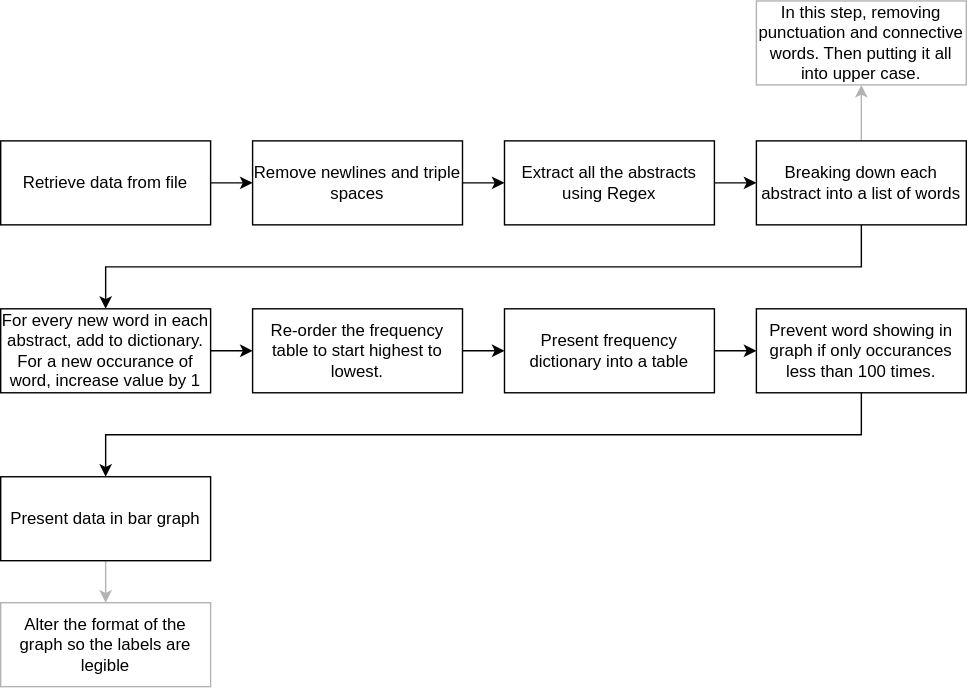
Above: Flow-chart.svg in Vezsp/Dissertation_code (draw.io), before the change. Source tidied: cells renumbered, new cells last; positions are measured from the earlier drawing's top-left corner, leaving out a move shared by most shapes. Its diagram source:
```xml
<mxGraphModel>
  <root>
    <mxCell id="0" />
    <mxCell id="1" parent="0" />
    <mxCell id="2" style="edgeStyle=orthogonalEdgeStyle;rounded=0;jettySize=auto;html=1;exitX=1;exitY=0.5;exitDx=0;exitDy=0;" parent="1" edge="1" source="3" target="5">
      <mxGeometry relative="1" as="geometry" />
    </mxCell>
    <mxCell id="3" value="Retrieve data from file" style="rounded=0;whiteSpace=wrap;html=1;" parent="1" vertex="1">
      <mxGeometry y="100" width="150" height="60" as="geometry" />
    </mxCell>
    <mxCell id="4" style="edgeStyle=orthogonalEdgeStyle;rounded=0;jettySize=auto;html=1;" parent="1" edge="1" source="5" target="7">
      <mxGeometry relative="1" as="geometry" />
    </mxCell>
    <mxCell id="5" value="Remove newlines and triple spaces" style="rounded=0;whiteSpace=wrap;html=1;" parent="1" vertex="1">
      <mxGeometry x="180" y="100" width="150" height="60" as="geometry" />
    </mxCell>
    <mxCell id="6" style="edgeStyle=orthogonalEdgeStyle;rounded=0;jettySize=auto;html=1;" parent="1" edge="1" source="7" target="10">
      <mxGeometry relative="1" as="geometry" />
    </mxCell>
    <mxCell id="7" value="Extract all the abstracts using Regex" style="rounded=0;whiteSpace=wrap;html=1;" parent="1" vertex="1">
      <mxGeometry x="360" y="100" width="150" height="60" as="geometry" />
    </mxCell>
    <mxCell id="8" style="edgeStyle=orthogonalEdgeStyle;rounded=0;jettySize=auto;html=1;strokeColor=#B3B3B3;" parent="1" edge="1" source="10" target="19">
      <mxGeometry relative="1" as="geometry" />
    </mxCell>
    <mxCell id="9" style="edgeStyle=orthogonalEdgeStyle;rounded=0;jettySize=auto;html=1;" parent="1" edge="1" source="10" target="12">
      <mxGeometry relative="1" as="geometry">
        <Array as="points">
          <mxPoint x="615" y="190" />
          <mxPoint x="75" y="190" />
        </Array>
      </mxGeometry>
    </mxCell>
    <mxCell id="10" value="Breaking down each abstract into a list of words" style="rounded=0;whiteSpace=wrap;html=1;" parent="1" vertex="1">
      <mxGeometry x="540" y="100" width="150" height="60" as="geometry" />
    </mxCell>
    <mxCell id="11" style="edgeStyle=orthogonalEdgeStyle;rounded=0;jettySize=auto;html=1;" parent="1" edge="1" source="12" target="14">
      <mxGeometry relative="1" as="geometry" />
    </mxCell>
    <mxCell id="12" value="For every new word in each abstract, add to dictionary. For a new occurance of word, increase value by 1" style="rounded=0;whiteSpace=wrap;html=1;" parent="1" vertex="1">
      <mxGeometry y="220" width="150" height="60" as="geometry" />
    </mxCell>
    <mxCell id="13" style="edgeStyle=orthogonalEdgeStyle;rounded=0;jettySize=auto;html=1;" parent="1" edge="1" source="14" target="16">
      <mxGeometry relative="1" as="geometry" />
    </mxCell>
    <mxCell id="14" value="Re-order the frequency table to start highest to lowest." style="rounded=0;whiteSpace=wrap;html=1;" parent="1" vertex="1">
      <mxGeometry x="180" y="220" width="150" height="60" as="geometry" />
    </mxCell>
    <mxCell id="15" style="edgeStyle=orthogonalEdgeStyle;rounded=0;jettySize=auto;html=1;" parent="1" edge="1" source="16" target="18">
      <mxGeometry relative="1" as="geometry" />
    </mxCell>
    <mxCell id="16" value="Present frequency dictionary into a table" style="rounded=0;whiteSpace=wrap;html=1;" parent="1" vertex="1">
      <mxGeometry x="360" y="220" width="150" height="60" as="geometry" />
    </mxCell>
    <mxCell id="17" style="edgeStyle=orthogonalEdgeStyle;rounded=0;jettySize=auto;html=1;exitX=0.5;exitY=1;exitDx=0;exitDy=0;entryX=0.5;entryY=0;entryDx=0;entryDy=0;" parent="1" edge="1" source="18" target="21">
      <mxGeometry relative="1" as="geometry" />
    </mxCell>
    <mxCell id="18" value="Prevent word showing in graph if only occurances less than 100 times." style="rounded=0;whiteSpace=wrap;html=1;" parent="1" vertex="1">
      <mxGeometry x="540" y="220" width="150" height="60" as="geometry" />
    </mxCell>
    <mxCell id="19" value="In this step, removing punctuation and connective words. Then putting it all into upper case." style="rounded=0;whiteSpace=wrap;html=1;strokeColor=#B3B3B3;" parent="1" vertex="1">
      <mxGeometry x="540" width="150" height="60" as="geometry" />
    </mxCell>
    <mxCell id="20" style="edgeStyle=orthogonalEdgeStyle;rounded=0;jettySize=auto;html=1;strokeColor=#B3B3B3;" parent="1" edge="1" source="21" target="22">
      <mxGeometry relative="1" as="geometry" />
    </mxCell>
    <mxCell id="21" value="Present data in bar graph" style="rounded=0;whiteSpace=wrap;html=1;" parent="1" vertex="1">
      <mxGeometry y="340" width="150" height="60" as="geometry" />
    </mxCell>
    <mxCell id="22" value="Alter the format of the graph so the labels are legible" style="whiteSpace=wrap;html=1;rounded=0;strokeColor=#B3B3B3;" parent="1" vertex="1">
      <mxGeometry y="430" width="150" height="60" as="geometry" />
    </mxCell>
  </root>
</mxGraphModel>
```
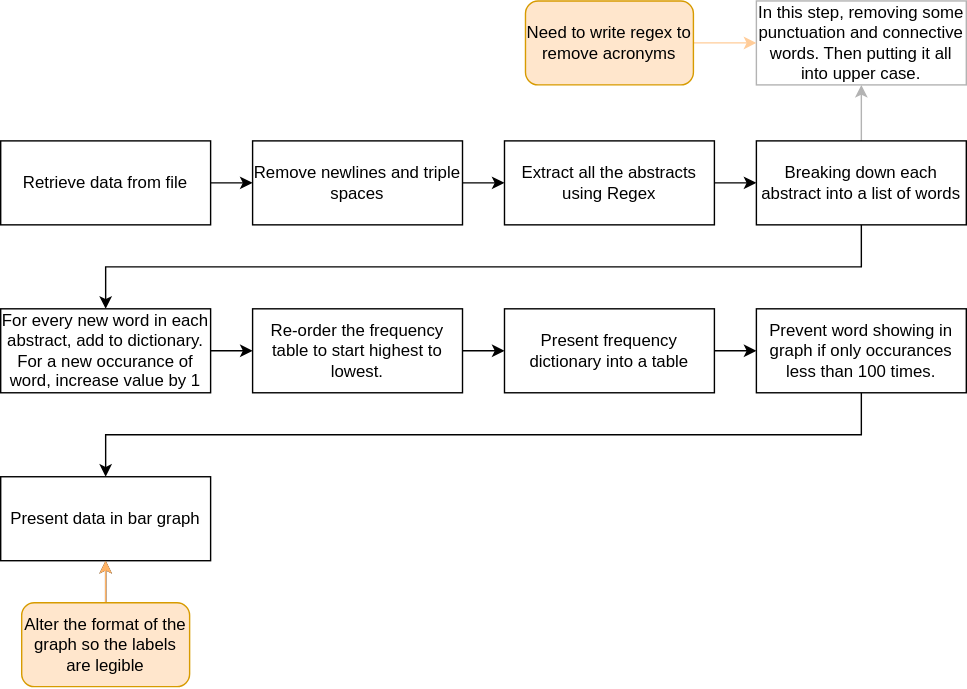
The same diagram one commit later.

The edit, as a diff of the source:
```diff
@@ -58,17 +58,26 @@
     <mxCell id="18" value="Prevent word showing in graph if only occurances less than 100 times." style="rounded=0;whiteSpace=wrap;html=1;" parent="1" vertex="1">
       <mxGeometry x="540" y="220" width="150" height="60" as="geometry" />
     </mxCell>
-    <mxCell id="19" value="In this step, removing punctuation and connective words. Then putting it all into upper case." style="rounded=0;whiteSpace=wrap;html=1;strokeColor=#B3B3B3;" parent="1" vertex="1">
+    <mxCell id="19" value="In this step, removing some punctuation and connective words. Then putting it all into upper case." style="rounded=0;whiteSpace=wrap;html=1;strokeColor=#B3B3B3;" parent="1" vertex="1">
       <mxGeometry x="540" width="150" height="60" as="geometry" />
     </mxCell>
-    <mxCell id="20" style="edgeStyle=orthogonalEdgeStyle;rounded=0;jettySize=auto;html=1;strokeColor=#B3B3B3;" parent="1" edge="1" source="21" target="22">
-      <mxGeometry relative="1" as="geometry" />
-    </mxCell>
     <mxCell id="21" value="Present data in bar graph" style="rounded=0;whiteSpace=wrap;html=1;" parent="1" vertex="1">
       <mxGeometry y="340" width="150" height="60" as="geometry" />
     </mxCell>
+    <mxCell id="23" style="edgeStyle=orthogonalEdgeStyle;rounded=0;jettySize=auto;html=1;strokeColor=#FFCC99;" parent="1" edge="1" source="24" target="19">
+      <mxGeometry relative="1" as="geometry" />
+    </mxCell>
+    <mxCell id="24" value="Need to write regex to remove acronyms" style="rounded=1;whiteSpace=wrap;html=1;fillColor=#ffe6cc;strokeColor=#d79b00;" parent="1" vertex="1">
+      <mxGeometry x="375" width="120" height="60" as="geometry" />
+    </mxCell>
+    <mxCell id="25" style="edgeStyle=orthogonalEdgeStyle;rounded=0;jettySize=auto;html=1;" parent="1" edge="1" source="22" target="21">
+      <mxGeometry relative="1" as="geometry" />
+    </mxCell>
+    <mxCell id="26" style="edgeStyle=orthogonalEdgeStyle;rounded=0;jettySize=auto;html=1;strokeColor=#FFB366;" parent="1" edge="1" source="22" target="21">
+      <mxGeometry relative="1" as="geometry" />
+    </mxCell>
-    <mxCell id="22" value="Alter the format of the graph so the labels are legible" style="whiteSpace=wrap;html=1;rounded=0;strokeColor=#B3B3B3;" parent="1" vertex="1">
-      <mxGeometry y="430" width="150" height="60" as="geometry" />
+    <mxCell id="22" value="Alter the format of the graph so the labels are legible" style="rounded=1;whiteSpace=wrap;html=1;fillColor=#ffe6cc;strokeColor=#d79b00;" parent="1" vertex="1">
+      <mxGeometry x="15" y="430" width="120" height="60" as="geometry" />
     </mxCell>
   </root>
 </mxGraphModel>
```
